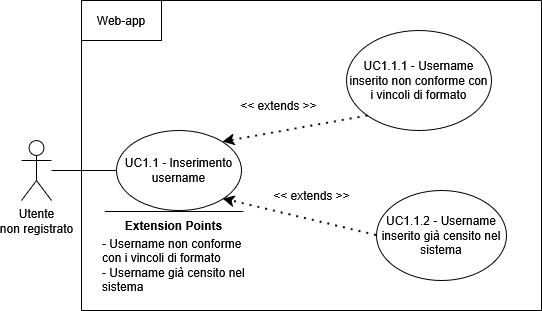
This is assets/diagrams/UC1_1.png from SkarabGroup/DocumentazioneProgetto, a draw.io export, as it was before one commit. Source tidied: cells renumbered, new cells last; positions are measured from the earlier drawing's top-left corner, leaving out a move shared by most shapes.
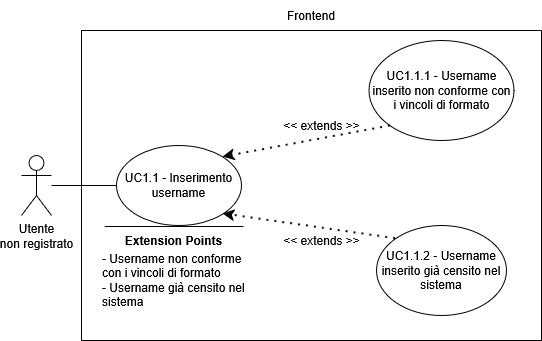
After the commit.

The edit, as a diff of the source:
```diff
@@ -3,52 +3,49 @@
     <mxCell id="0" />
     <mxCell id="1" parent="0" />
     <mxCell id="2" value="&lt;div&gt;Utente&lt;/div&gt;&lt;div&gt;non registrato&lt;/div&gt;" style="shape=umlActor;verticalLabelPosition=bottom;verticalAlign=top;html=1;outlineConnect=0;" parent="1" vertex="1">
-      <mxGeometry y="140" width="30" height="60" as="geometry" />
+      <mxGeometry x="10" y="225" width="30" height="60" as="geometry" />
     </mxCell>
     <mxCell id="3" style="swimlane;startSize=0;" parent="1" vertex="1">
-      <mxGeometry x="60" width="460" height="310" as="geometry" />
+      <mxGeometry x="70" y="100" width="460" height="310" as="geometry" />
     </mxCell>
     <mxCell id="4" value="&lt;div&gt;UC1.1 - Inserimento username&lt;/div&gt;" style="ellipse;whiteSpace=wrap;html=1;" parent="3" vertex="1">
-      <mxGeometry x="35" y="130" width="125" height="80" as="geometry" />
+      <mxGeometry x="35" y="115" width="125" height="80" as="geometry" />
     </mxCell>
     <mxCell id="5" value="UC1.1.1 - Username inserito non conforme con i vincoli di formato" style="ellipse;whiteSpace=wrap;html=1;" parent="3" vertex="1">
-      <mxGeometry x="265" y="30" width="145" height="100" as="geometry" />
+      <mxGeometry x="287.5" y="10" width="145" height="100" as="geometry" />
     </mxCell>
     <mxCell id="6" style="endArrow=classic;dashed=1;html=1;dashPattern=1 3;strokeWidth=2;rounded=0;entryX=1;entryY=0;entryDx=0;entryDy=0;exitX=0;exitY=1;exitDx=0;exitDy=0;strokeColor=default;curved=0;endFill=1;endSize=6;" parent="3" edge="1" source="5" target="4">
       <mxGeometry relative="1" as="geometry" />
     </mxCell>
     <mxCell id="7" value="&lt;div&gt;&amp;lt;&amp;lt; extends &amp;gt;&amp;gt;&lt;/div&gt;" style="text;html=1;whiteSpace=wrap;strokeColor=none;fillColor=none;align=center;verticalAlign=middle;rounded=0;" parent="3" vertex="1">
-      <mxGeometry x="150" y="90" width="95" height="30" as="geometry" />
+      <mxGeometry x="192.5" y="80" width="95" height="30" as="geometry" />
     </mxCell>
     <mxCell id="8" value="UC1.1.2 - Username inserito già censito nel sistema" style="ellipse;whiteSpace=wrap;html=1;" parent="3" vertex="1">
-      <mxGeometry x="295" y="190" width="130" height="90" as="geometry" />
+      <mxGeometry x="295" y="195" width="130" height="90" as="geometry" />
     </mxCell>
-    <mxCell id="9" style="endArrow=classic;dashed=1;html=1;dashPattern=1 3;strokeWidth=2;rounded=0;entryX=1;entryY=1;entryDx=0;entryDy=0;exitX=0;exitY=0.5;exitDx=0;exitDy=0;strokeColor=default;curved=0;endFill=1;endSize=6;" parent="3" edge="1" source="8" target="4">
+    <mxCell id="9" style="endArrow=classic;dashed=1;html=1;dashPattern=1 3;strokeWidth=2;rounded=0;entryX=1;entryY=1;entryDx=0;entryDy=0;exitX=0;exitY=0;exitDx=0;exitDy=0;strokeColor=default;curved=0;endFill=1;endSize=6;" parent="3" edge="1" source="8" target="4">
       <mxGeometry relative="1" as="geometry" />
     </mxCell>
     <mxCell id="10" value="&amp;lt;&amp;lt; extends &amp;gt;&amp;gt;" style="text;html=1;whiteSpace=wrap;strokeColor=none;fillColor=none;align=center;verticalAlign=middle;rounded=0;" parent="3" vertex="1">
-      <mxGeometry x="182.5" y="180" width="95" height="30" as="geometry" />
+      <mxGeometry x="192.5" y="195" width="95" height="30" as="geometry" />
     </mxCell>
     <mxCell id="11" style="endArrow=none;html=1;rounded=0;" parent="3" edge="1">
       <mxGeometry relative="1" as="geometry">
-        <mxPoint x="162" y="211" as="sourcePoint" />
-        <mxPoint x="23.2" y="211" as="targetPoint" />
+        <mxPoint x="162" y="196" as="sourcePoint" />
+        <mxPoint x="23.2" y="196" as="targetPoint" />
       </mxGeometry>
     </mxCell>
     <mxCell id="12" value="&lt;b&gt;Extension Points&lt;/b&gt;" style="text;html=1;whiteSpace=wrap;strokeColor=none;fillColor=none;align=center;verticalAlign=middle;rounded=0;strokeWidth=5;" parent="3" vertex="1">
-      <mxGeometry x="35" y="210" width="115" height="30" as="geometry" />
+      <mxGeometry x="35" y="195" width="115" height="30" as="geometry" />
     </mxCell>
     <mxCell id="13" value="&lt;div align=&quot;left&quot;&gt;- Username non conforme con i vincoli di formato&lt;/div&gt;&lt;div align=&quot;left&quot;&gt;- Username già censito nel sistema&lt;/div&gt;" style="text;html=1;whiteSpace=wrap;strokeColor=none;fillColor=none;align=left;verticalAlign=middle;rounded=0;" parent="3" vertex="1">
-      <mxGeometry x="19" y="220" width="147" height="90" as="geometry" />
+      <mxGeometry x="19" y="205" width="147" height="90" as="geometry" />
     </mxCell>
-    <mxCell id="14" style="rounded=0;whiteSpace=wrap;html=1;" parent="3" vertex="1">
-      <mxGeometry width="80" height="40" as="geometry" />
-    </mxCell>
+    <mxCell id="16" style="endArrow=none;html=1;rounded=0;entryX=0;entryY=0.5;entryDx=0;entryDy=0;" parent="1" edge="1" source="2" target="4">
+      <mxGeometry relative="1" as="geometry" />
+    </mxCell>
-    <mxCell id="15" value="Web-app" style="text;html=1;whiteSpace=wrap;strokeColor=none;fillColor=none;align=center;verticalAlign=middle;rounded=0;" parent="3" vertex="1">
-      <mxGeometry x="10" y="5" width="60" height="30" as="geometry" />
+    <mxCell id="15" value="Frontend" style="text;html=1;whiteSpace=wrap;strokeColor=none;fillColor=none;align=center;verticalAlign=middle;rounded=0;" parent="1" vertex="1">
+      <mxGeometry x="270" y="70" width="60" height="30" as="geometry" />
     </mxCell>
-    <mxCell id="16" style="endArrow=none;html=1;rounded=0;entryX=0;entryY=0.5;entryDx=0;entryDy=0;" parent="1" edge="1" source="2" target="4">
-      <mxGeometry relative="1" as="geometry" />
-    </mxCell>
   </root>
 </mxGraphModel>
```
